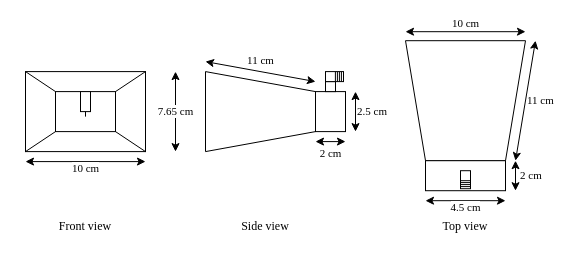
Before: report/figures/horn_diagram.drawio in rikkeskov/p5-beam-steering, a draw.io diagram. Source tidied: cells renumbered, new cells numbered last; positions are measured from the earlier drawing's top-left corner, leaving out a move shared by most shapes. Both pictures are drawn from the tidied source at 100%, with x=0, y=0 at pixel (25, 31).
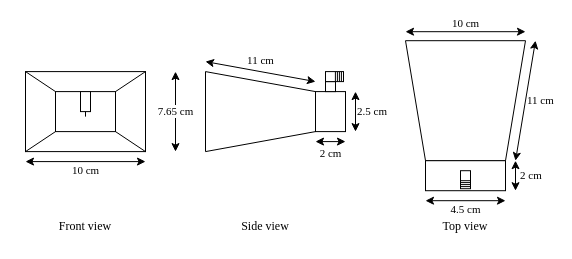
Above is the later version.

What changed in the source:
```diff
@@
-    <mxCell id="24" value="4.5 cm" style="endArrow=classic;startArrow=classic;html=1;rounded=0;labelPosition=center;verticalLabelPosition=bottom;align=center;verticalAlign=top;spacingTop=-6;fontFamily=Times New Roman;" parent="1" edge="1">
+    <mxCell id="24" value="4.5 cm" style="endArrow=classic;startArrow=classic;html=1;rounded=0;labelPosition=center;verticalLabelPosition=bottom;align=center;verticalAlign=top;spacingTop=-4;fontFamily=Times New Roman;" parent="1" edge="1">
       <mxGeometry relative="1" as="geometry">
         <mxPoint x="400" y="169.2" as="sourcePoint" />
         <mxPoint x="480" y="169.2" as="targetPoint" />
       </mxGeometry>
     </mxCell>
@@
-    <mxCell id="33" value="10 cm" style="endArrow=classic;startArrow=classic;html=1;rounded=0;labelPosition=center;verticalLabelPosition=bottom;align=center;verticalAlign=top;spacingTop=-6;spacingBottom=0;fontFamily=Times New Roman;" parent="1" edge="1">
+    <mxCell id="33" value="10 cm" style="endArrow=classic;startArrow=classic;html=1;rounded=0;labelPosition=center;verticalLabelPosition=bottom;align=center;verticalAlign=top;spacingTop=-4;spacingBottom=0;fontFamily=Times New Roman;" parent="1" edge="1">
       <mxGeometry relative="1" as="geometry">
         <mxPoint y="130.1" as="sourcePoint" />
         <mxPoint x="120" y="130.1" as="targetPoint" />
       </mxGeometry>
     </mxCell>
```
